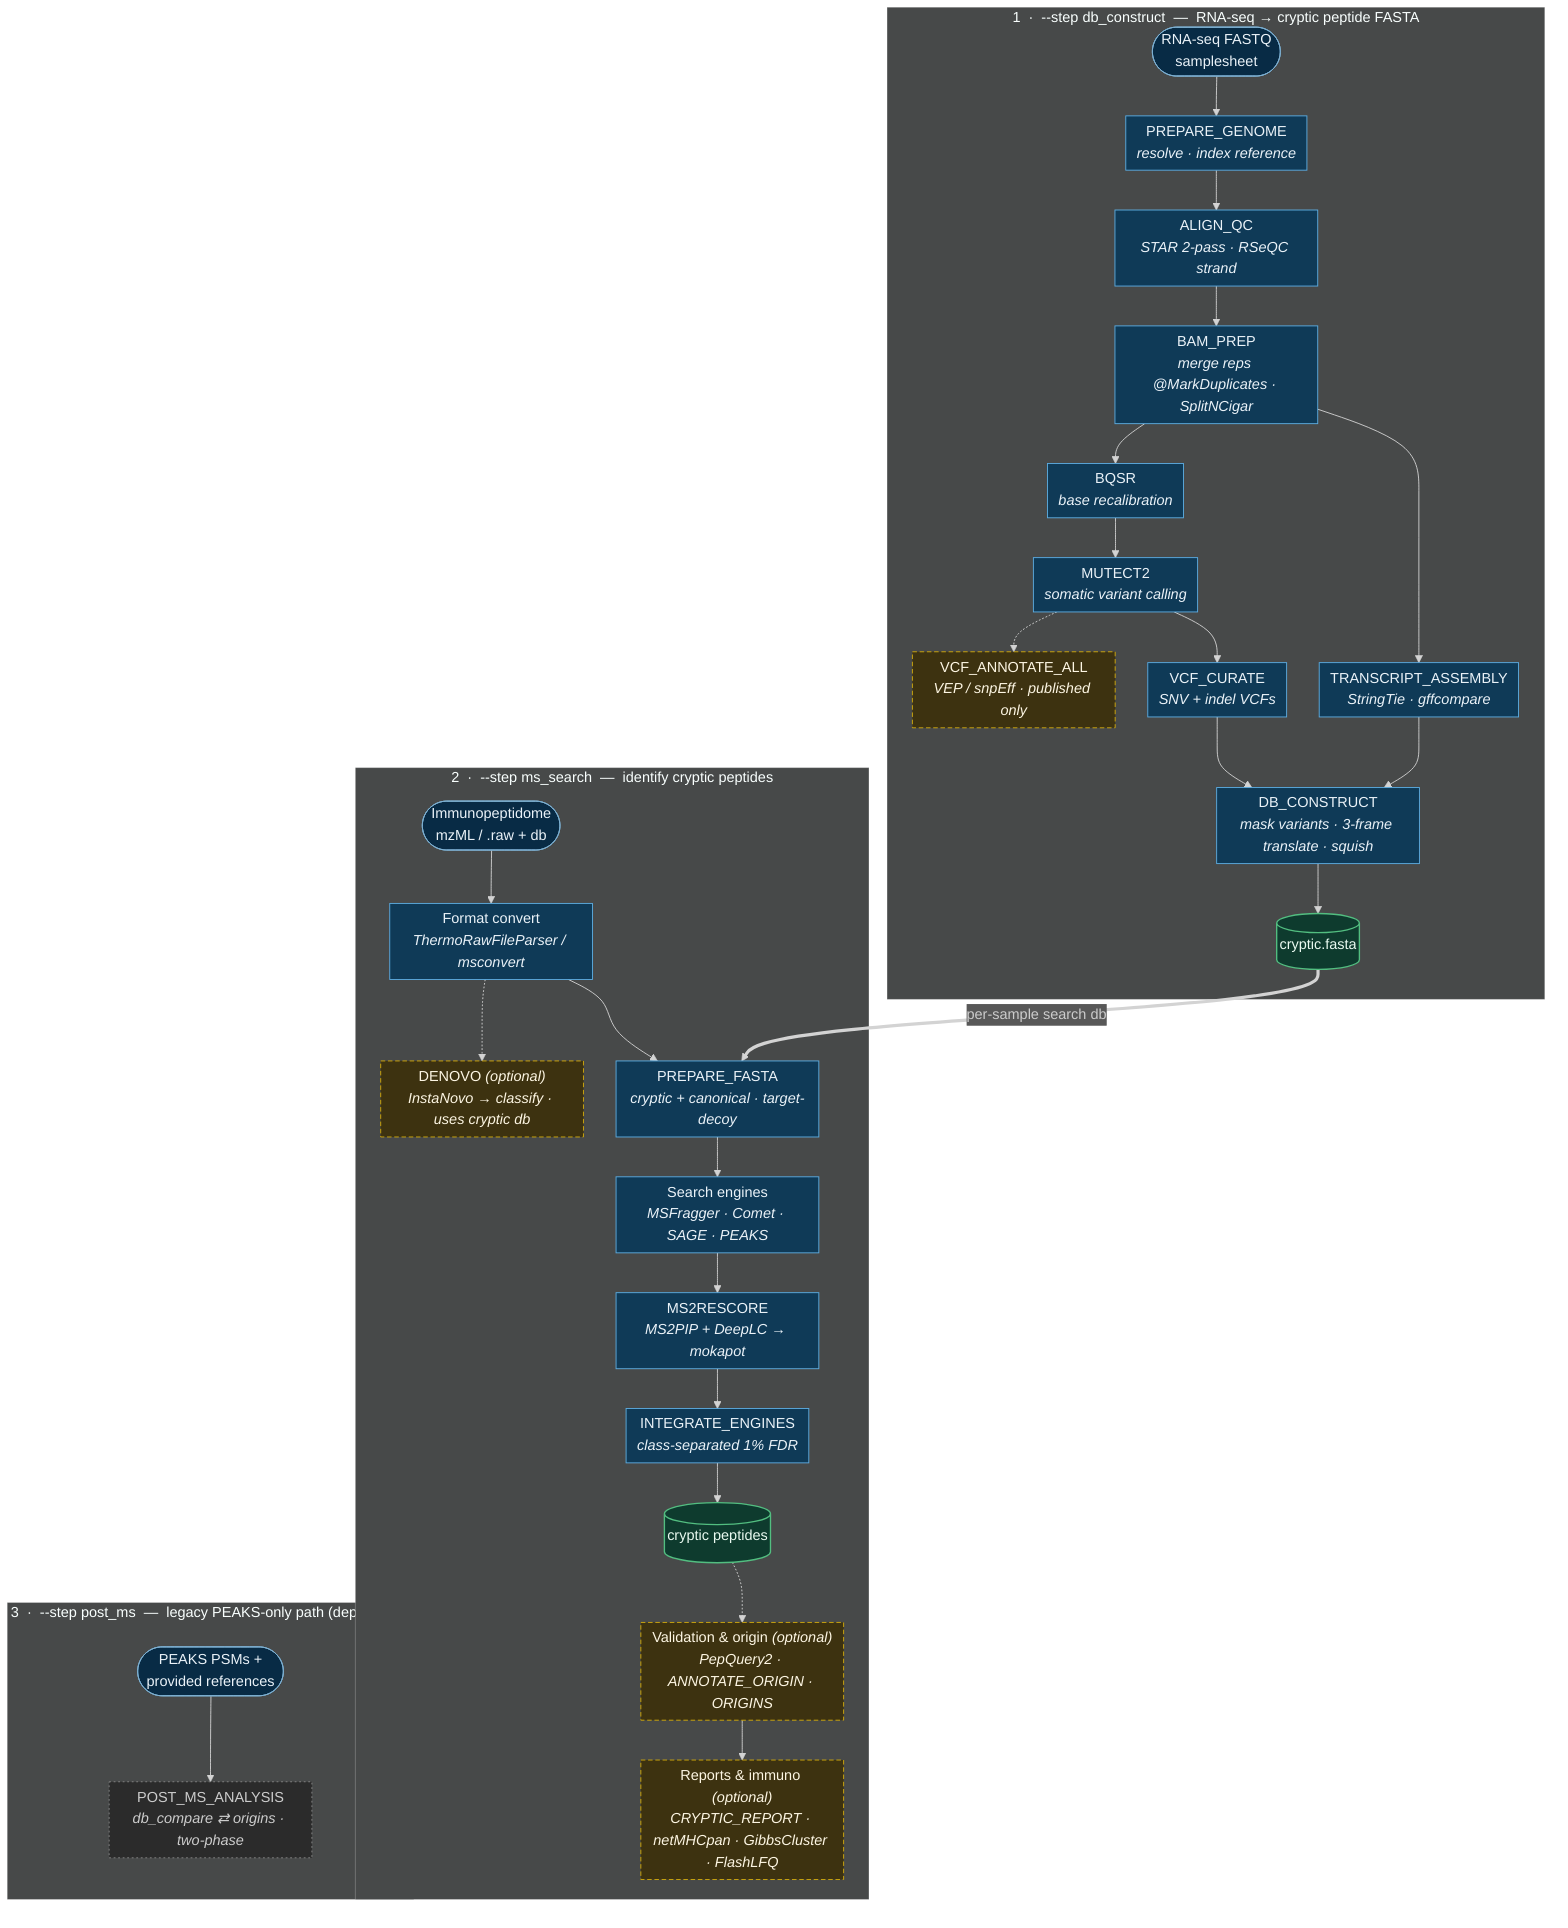
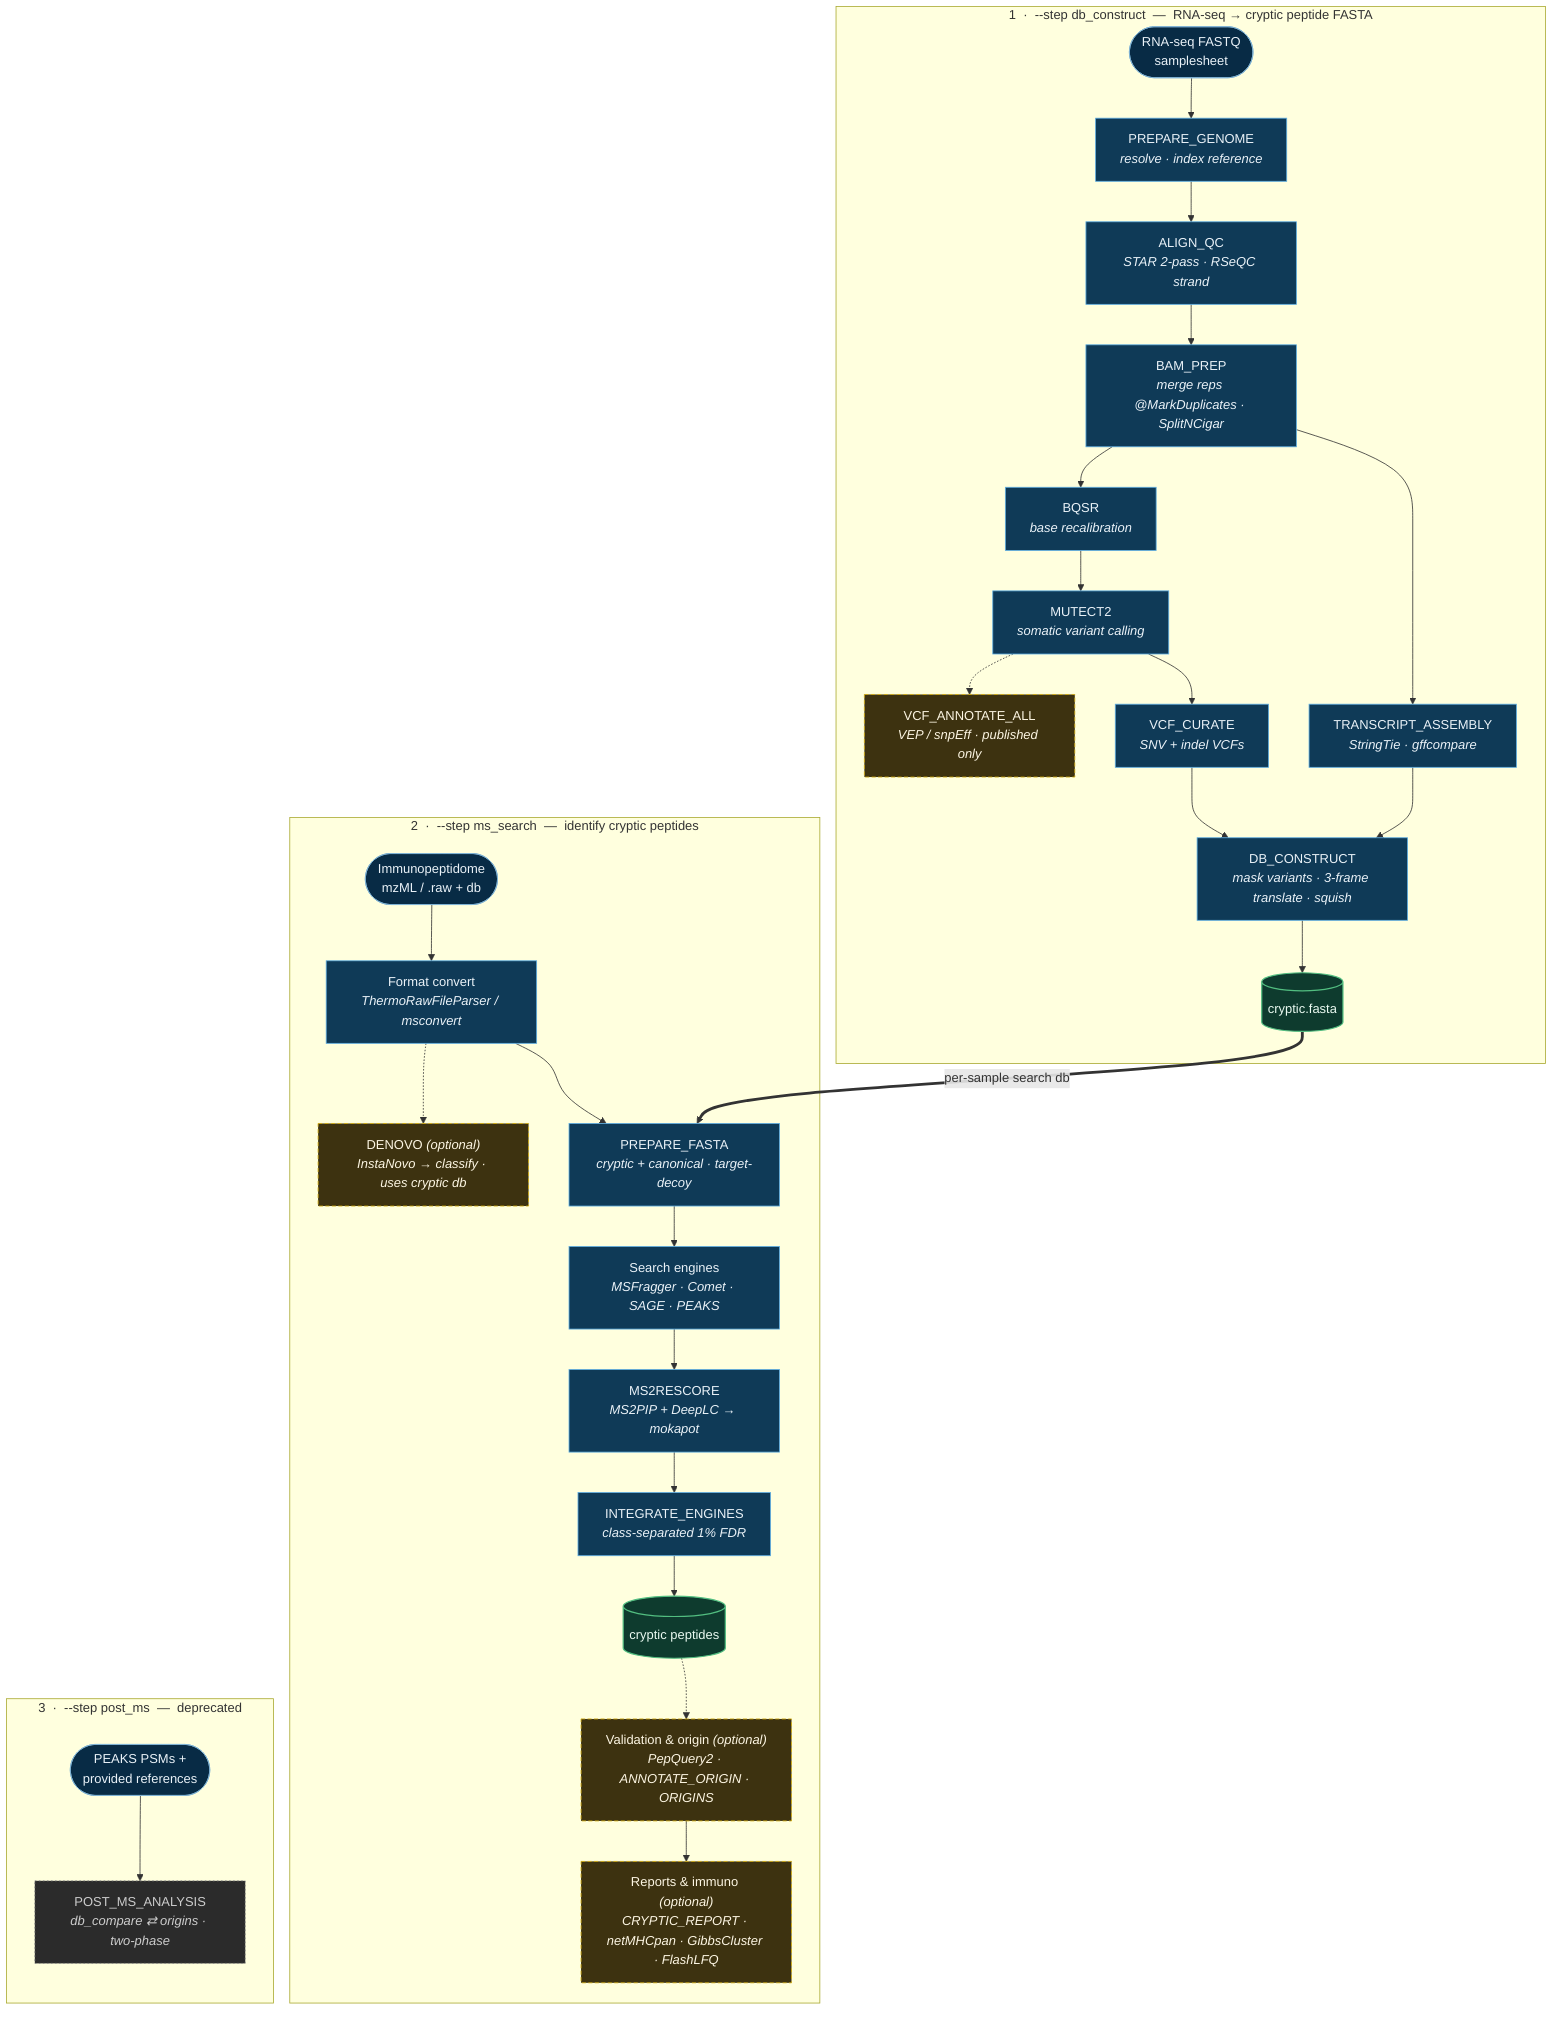
%% sanjaysgk/ipg — cryptic immunopeptidogenomics pipeline overview
%% Source of truth for docs/images/ipg_overview.svg. Regenerate the SVG with:
%%   npx -y @mermaid-js/mermaid-cli -i docs/images/ipg_overview.mmd \
%%       -o docs/images/ipg_overview.svg -t dark -b transparent
%% Three independent entry points selected by --step. Solid = core path,
%% dashed = optional (--run_* flag), bold ==> = the cross-step database handoff.
- %%{init: {"theme":"dark","flowchart":{"curve":"basis","nodeSpacing":36,"rankSpacing":44,"padding":6}}}%%
+ %%{init: {"theme":"dark","flowchart":{"curve":"basis","nodeSpacing":60,"rankSpacing":72,"padding":24,"diagramPadding":28,"subGraphTitleMargin":{"top":8,"bottom":14}}}%%
flowchart TB
    classDef data fill:#082b45,stroke:#7fb3d5,stroke-width:1px,color:#eaf2f8;
    classDef proc fill:#0f3a57,stroke:#5dade2,stroke-width:1px,color:#eaf2f8;
    classDef opt  fill:#3d3210,stroke:#d4ac0d,stroke-width:1px,color:#fdf6e3,stroke-dasharray:5 3;
    classDef out  fill:#0e3b2e,stroke:#52be80,stroke-width:1.5px,color:#eafaf1;
    classDef dep  fill:#2b2b2b,stroke:#888,stroke-width:1px,color:#cccccc,stroke-dasharray:2 3;

    %% ─────────────────── STEP 1 : db_construct ───────────────────
    subgraph S1 ["1 &nbsp;·&nbsp; --step db_construct &nbsp;—&nbsp; RNA-seq → cryptic peptide FASTA"]
        FQ(["RNA-seq FASTQ<br/>samplesheet"]):::data
        PG["PREPARE_GENOME<br/><i>resolve · index reference</i>"]:::proc
        AQ["ALIGN_QC<br/><i>STAR 2-pass · RSeQC strand</i>"]:::proc
        BP["BAM_PREP<br/><i>merge reps @MarkDuplicates · SplitNCigar</i>"]:::proc
        TA["TRANSCRIPT_ASSEMBLY<br/><i>StringTie · gffcompare</i>"]:::proc
        BQ["BQSR<br/><i>base recalibration</i>"]:::proc
        MT["MUTECT2<br/><i>somatic variant calling</i>"]:::proc
        VC["VCF_CURATE<br/><i>SNV + indel VCFs</i>"]:::proc
        VEP["VCF_ANNOTATE_ALL<br/><i>VEP / snpEff · published only</i>"]:::opt
        DBC["DB_CONSTRUCT<br/><i>mask variants · 3-frame translate · squish</i>"]:::proc
        CF[("cryptic.fasta")]:::out

        FQ --> PG --> AQ --> BP
        BP --> TA --> DBC
        BP --> BQ --> MT --> VC --> DBC
        MT -.-> VEP
        DBC --> CF
    end

    %% ─────────────────── STEP 2 : ms_search ───────────────────
    subgraph S2 ["2 &nbsp;·&nbsp; --step ms_search &nbsp;—&nbsp; identify cryptic peptides"]
        MZ(["Immunopeptidome<br/>mzML / .raw + db"]):::data
        CV["Format convert<br/><i>ThermoRawFileParser / msconvert</i>"]:::proc
        PF["PREPARE_FASTA<br/><i>cryptic + canonical · target-decoy</i>"]:::proc
        EN["Search engines<br/><i>MSFragger · Comet · SAGE · PEAKS</i>"]:::proc
        RS["MS2RESCORE<br/><i>MS2PIP + DeepLC → mokapot</i>"]:::proc
        IN["INTEGRATE_ENGINES<br/><i>class-separated 1% FDR</i>"]:::proc
        PEP[("cryptic peptides")]:::out
        DN["DENOVO <i>(optional)</i><br/><i>InstaNovo → classify · uses cryptic db</i>"]:::opt
        VO["Validation &amp; origin <i>(optional)</i><br/><i>PepQuery2 · ANNOTATE_ORIGIN · ORIGINS</i>"]:::opt
        RI["Reports &amp; immuno <i>(optional)</i><br/><i>CRYPTIC_REPORT · netMHCpan · GibbsCluster · FlashLFQ</i>"]:::opt

        MZ --> CV --> PF --> EN --> RS --> IN --> PEP
        CV -.-> DN
        PEP -.-> VO --> RI
    end

    %% ─────────────────── STEP 3 : post_ms (deprecated) ───────────────────
-     subgraph S3 ["3 &nbsp;·&nbsp; --step post_ms &nbsp;—&nbsp; legacy PEAKS-only path (deprecated)"]
+     subgraph S3 ["3 &nbsp;·&nbsp; --step post_ms &nbsp;—&nbsp; deprecated"]
        P3(["PEAKS PSMs +<br/>provided references"]):::data
        PM["POST_MS_ANALYSIS<br/><i>db_compare ⇄ origins · two-phase</i>"]:::dep
        P3 --> PM
    end

    %% ─────────────── single cross-step handoff (S1 → S2) ───────────────
    CF ==>|per-sample search db| PF

    %% Layout-only: a hidden link (no arrowhead, transparent stroke) ranks the
    %% deprecated post_ms lane at the bottom. Standard syntax; carries no meaning.
    PEP --- P3
    linkStyle 22 stroke:transparent,stroke-width:0px;
